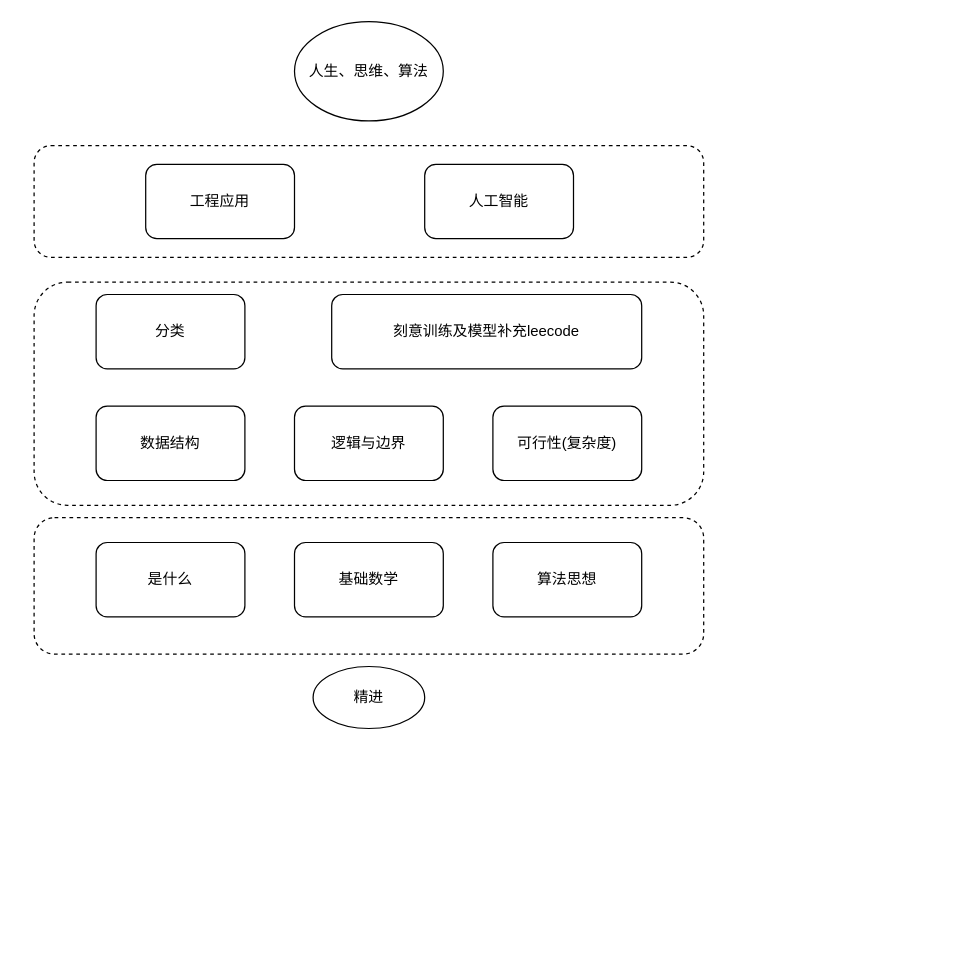
Asamiyaa/microservice-k8s-yun keeps this draw.io diagram as menus/suanfamoxing.drawio. Above is the earlier version. Source tidied: cells renumbered, new cells numbered last; positions are measured from the earlier drawing's top-left corner, leaving out a move shared by most shapes. Both pictures are drawn from the tidied source at 124%, with x=0, y=0 at pixel (33, 21).
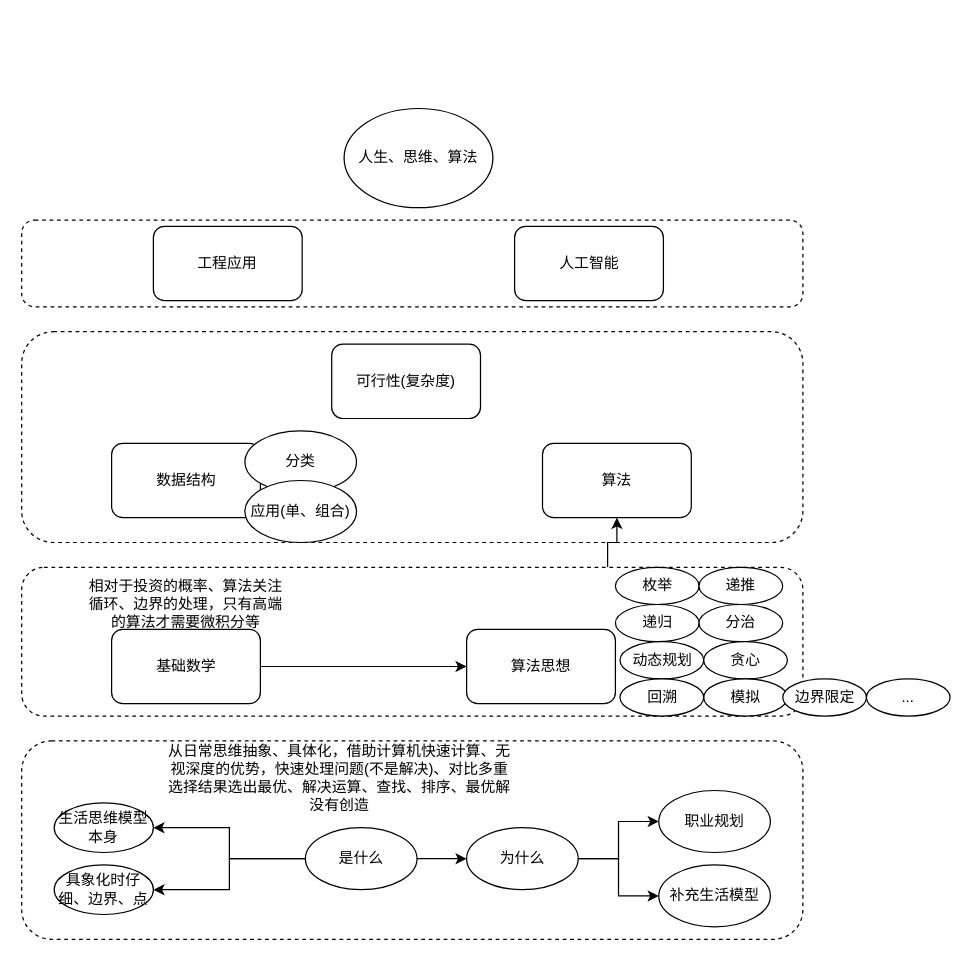
The same page after the edit.

Change to the diagram source:
```diff
@@
+    <mxCell id="17" style="rounded=1;whiteSpace=wrap;html=1;dashed=1;" parent="1" vertex="1">
+      <mxGeometry x="-10" y="580" width="630" height="160" as="geometry" />
+    </mxCell>
     <mxCell id="2" style="rounded=1;whiteSpace=wrap;html=1;dashed=1;" parent="1" vertex="1">
-      <mxGeometry y="100" width="540" height="90" as="geometry" />
+      <mxGeometry x="-10" y="160" width="630" height="70" as="geometry" />
     </mxCell>
     <mxCell id="3" style="rounded=1;whiteSpace=wrap;html=1;dashed=1;" parent="1" vertex="1">
-      <mxGeometry y="210" width="540" height="180" as="geometry" />
+      <mxGeometry x="-10" y="250" width="630" height="170" as="geometry" />
     </mxCell>
+    <mxCell id="18" style="edgeStyle=orthogonalEdgeStyle;rounded=0;jettySize=auto;html=1;exitX=0.75;exitY=0;exitDx=0;exitDy=0;" parent="1" edge="1" source="4" target="42">
+      <mxGeometry relative="1" as="geometry" />
+    </mxCell>
     <mxCell id="4" style="rounded=1;whiteSpace=wrap;html=1;dashed=1;" parent="1" vertex="1">
-      <mxGeometry y="400" width="540" height="110" as="geometry" />
+      <mxGeometry x="-10" y="440" width="630" height="120" as="geometry" />
     </mxCell>
     <mxCell id="5" value="人生、思维、算法" style="ellipse;whiteSpace=wrap;html=1;" parent="1" vertex="1">
-      <mxGeometry x="210" width="120" height="80" as="geometry" />
+      <mxGeometry x="250" y="70" width="120" height="80" as="geometry" />
     </mxCell>
     <mxCell id="6" value="算法思想" style="rounded=1;whiteSpace=wrap;html=1;" parent="1" vertex="1">
-      <mxGeometry x="370" y="420" width="120" height="60" as="geometry" />
+      <mxGeometry x="348.8" y="490" width="120" height="60" as="geometry" />
     </mxCell>
     <mxCell id="7" value="数据结构" style="rounded=1;whiteSpace=wrap;html=1;" parent="1" vertex="1">
-      <mxGeometry x="50" y="310" width="120" height="60" as="geometry" />
+      <mxGeometry x="62.5" y="340" width="120" height="60" as="geometry" />
     </mxCell>
-    <mxCell id="8" value="刻意训练及模型补充leecode" style="rounded=1;whiteSpace=wrap;html=1;" parent="1" vertex="1">
-      <mxGeometry x="240" y="220" width="250" height="60" as="geometry" />
-    </mxCell>
-    <mxCell id="9" value="逻辑与边界" style="rounded=1;whiteSpace=wrap;html=1;" parent="1" vertex="1">
-      <mxGeometry x="210" y="310" width="120" height="60" as="geometry" />
-    </mxCell>
     <mxCell id="10" value="工程应用" style="rounded=1;whiteSpace=wrap;html=1;" parent="1" vertex="1">
-      <mxGeometry x="90" y="115" width="120" height="60" as="geometry" />
+      <mxGeometry x="96.2" y="165" width="120" height="60" as="geometry" />
     </mxCell>
     <mxCell id="11" value="人工智能" style="rounded=1;whiteSpace=wrap;html=1;" parent="1" vertex="1">
-      <mxGeometry x="315" y="115" width="120" height="60" as="geometry" />
+      <mxGeometry x="387.5" y="165" width="120" height="60" as="geometry" />
     </mxCell>
+    <mxCell id="19" style="edgeStyle=orthogonalEdgeStyle;rounded=0;jettySize=auto;html=1;exitX=1;exitY=0.5;exitDx=0;exitDy=0;" parent="1" edge="1" source="12" target="25">
+      <mxGeometry relative="1" as="geometry" />
+    </mxCell>
+    <mxCell id="20" style="edgeStyle=orthogonalEdgeStyle;rounded=0;jettySize=auto;html=1;exitX=0;exitY=0.5;exitDx=0;exitDy=0;entryX=1;entryY=0.5;entryDx=0;entryDy=0;" parent="1" edge="1" source="12" target="29">
+      <mxGeometry relative="1" as="geometry" />
+    </mxCell>
+    <mxCell id="21" style="edgeStyle=orthogonalEdgeStyle;rounded=0;jettySize=auto;html=1;exitX=0;exitY=0.5;exitDx=0;exitDy=0;entryX=1;entryY=0.5;entryDx=0;entryDy=0;" parent="1" edge="1" source="12" target="30">
+      <mxGeometry relative="1" as="geometry" />
+    </mxCell>
-    <mxCell id="12" value="精进" style="ellipse;whiteSpace=wrap;html=1;" parent="1" vertex="1">
-      <mxGeometry x="225" y="520" width="90" height="50" as="geometry" />
+    <mxCell id="12" value="是什么" style="ellipse;whiteSpace=wrap;html=1;" parent="1" vertex="1">
+      <mxGeometry x="218.8" y="650" width="90" height="50" as="geometry" />
     </mxCell>
-    <mxCell id="13" value="是什么" style="rounded=1;whiteSpace=wrap;html=1;" parent="1" vertex="1">
-      <mxGeometry x="50" y="420" width="120" height="60" as="geometry" />
-    </mxCell>
     <mxCell id="14" value="可行性(复杂度)" style="rounded=1;whiteSpace=wrap;html=1;" parent="1" vertex="1">
-      <mxGeometry x="370" y="310" width="120" height="60" as="geometry" />
+      <mxGeometry x="240" y="260" width="120" height="60" as="geometry" />
     </mxCell>
+    <mxCell id="22" style="edgeStyle=orthogonalEdgeStyle;rounded=0;jettySize=auto;html=1;exitX=1;exitY=0.5;exitDx=0;exitDy=0;entryX=0;entryY=0.5;entryDx=0;entryDy=0;" parent="1" edge="1" source="15" target="6">
+      <mxGeometry relative="1" as="geometry" />
+    </mxCell>
     <mxCell id="15" value="基础数学" style="rounded=1;whiteSpace=wrap;html=1;" parent="1" vertex="1">
-      <mxGeometry x="210" y="420" width="120" height="60" as="geometry" />
+      <mxGeometry x="62.5" y="490" width="120" height="60" as="geometry" />
     </mxCell>
+    <mxCell id="23" style="edgeStyle=orthogonalEdgeStyle;rounded=0;jettySize=auto;html=1;exitX=1;exitY=0.5;exitDx=0;exitDy=0;" parent="1" edge="1" source="25" target="26">
+      <mxGeometry relative="1" as="geometry" />
+    </mxCell>
+    <mxCell id="24" style="edgeStyle=orthogonalEdgeStyle;rounded=0;jettySize=auto;html=1;exitX=1;exitY=0.5;exitDx=0;exitDy=0;entryX=0;entryY=0.5;entryDx=0;entryDy=0;" parent="1" edge="1" source="25" target="27">
+      <mxGeometry relative="1" as="geometry" />
+    </mxCell>
+    <mxCell id="25" value="为什么" style="ellipse;whiteSpace=wrap;html=1;" parent="1" vertex="1">
+      <mxGeometry x="348.8" y="650" width="90" height="50" as="geometry" />
+    </mxCell>
+    <mxCell id="26" value="职业规划" style="ellipse;whiteSpace=wrap;html=1;" parent="1" vertex="1">
+      <mxGeometry x="503.8" y="620" width="90" height="50" as="geometry" />
+    </mxCell>
+    <mxCell id="27" value="补充生活模型" style="ellipse;whiteSpace=wrap;html=1;" parent="1" vertex="1">
+      <mxGeometry x="503.8" y="680" width="90" height="50" as="geometry" />
+    </mxCell>
+    <mxCell id="28" value="从日常思维抽象、具体化，借助计算机快速计算、无视深度的优势，快速处理问题(不是解决)、对比多重选择结果选出最优、解决运算、查找、排序、最优解没有创造" style="text;html=1;strokeColor=none;fillColor=none;align=center;verticalAlign=middle;whiteSpace=wrap;rounded=0;" parent="1" vertex="1">
+      <mxGeometry x="105" y="580" width="282.5" height="60" as="geometry" />
+    </mxCell>
+    <mxCell id="29" value="生活思维模型本身" style="ellipse;whiteSpace=wrap;html=1;" parent="1" vertex="1">
+      <mxGeometry x="16.2" y="630" width="80" height="40" as="geometry" />
+    </mxCell>
+    <mxCell id="30" value="具象化时仔细、边界、点" style="ellipse;whiteSpace=wrap;html=1;" parent="1" vertex="1">
+      <mxGeometry x="16.2" y="680" width="80" height="40" as="geometry" />
+    </mxCell>
+    <mxCell id="31" value="相对于投资的概率、算法关注循环、边界的处理，只有高端的算法才需要微积分等" style="text;html=1;strokeColor=none;fillColor=none;align=center;verticalAlign=middle;whiteSpace=wrap;rounded=0;" parent="1" vertex="1">
+      <mxGeometry x="40" y="450" width="165" height="40" as="geometry" />
+    </mxCell>
+    <mxCell id="32" value="枚举" style="ellipse;whiteSpace=wrap;html=1;" parent="1" vertex="1">
+      <mxGeometry x="468.8" y="440" width="67.5" height="30" as="geometry" />
+    </mxCell>
+    <mxCell id="33" value="递推" style="ellipse;whiteSpace=wrap;html=1;" parent="1" vertex="1">
+      <mxGeometry x="536.2" y="440" width="67.5" height="30" as="geometry" />
+    </mxCell>
+    <mxCell id="34" value="递归" style="ellipse;whiteSpace=wrap;html=1;" parent="1" vertex="1">
+      <mxGeometry x="468.8" y="470" width="67.5" height="30" as="geometry" />
+    </mxCell>
+    <mxCell id="35" value="分治" style="ellipse;whiteSpace=wrap;html=1;" parent="1" vertex="1">
+      <mxGeometry x="536.2" y="470" width="67.5" height="30" as="geometry" />
+    </mxCell>
+    <mxCell id="36" value="动态规划" style="ellipse;whiteSpace=wrap;html=1;" parent="1" vertex="1">
+      <mxGeometry x="472.5" y="500" width="67.5" height="30" as="geometry" />
+    </mxCell>
+    <mxCell id="37" value="贪心" style="ellipse;whiteSpace=wrap;html=1;" parent="1" vertex="1">
+      <mxGeometry x="540" y="500" width="67.5" height="30" as="geometry" />
+    </mxCell>
+    <mxCell id="38" value="模拟" style="ellipse;whiteSpace=wrap;html=1;" parent="1" vertex="1">
+      <mxGeometry x="540" y="530" width="67.5" height="30" as="geometry" />
+    </mxCell>
+    <mxCell id="39" value="回溯" style="ellipse;whiteSpace=wrap;html=1;" parent="1" vertex="1">
+      <mxGeometry x="472.5" y="530" width="67.5" height="30" as="geometry" />
+    </mxCell>
+    <mxCell id="40" value="边界限定" style="ellipse;whiteSpace=wrap;html=1;" parent="1" vertex="1">
+      <mxGeometry x="603.8" y="530" width="67.5" height="30" as="geometry" />
+    </mxCell>
+    <mxCell id="41" value="..." style="ellipse;whiteSpace=wrap;html=1;" parent="1" vertex="1">
+      <mxGeometry x="671.2" y="530" width="67.5" height="30" as="geometry" />
+    </mxCell>
+    <mxCell id="42" value="算法" style="rounded=1;whiteSpace=wrap;html=1;" parent="1" vertex="1">
+      <mxGeometry x="410" y="340" width="120" height="60" as="geometry" />
+    </mxCell>
-    <mxCell id="16" value="分类" style="rounded=1;whiteSpace=wrap;html=1;" parent="1" vertex="1">
-      <mxGeometry x="50" y="220" width="120" height="60" as="geometry" />
+    <mxCell id="16" value="分类" style="ellipse;whiteSpace=wrap;html=1;" parent="1" vertex="1">
+      <mxGeometry x="170" y="330" width="90" height="50" as="geometry" />
     </mxCell>
+    <mxCell id="43" value="应用(单、组合)" style="ellipse;whiteSpace=wrap;html=1;" parent="1" vertex="1">
+      <mxGeometry x="170" y="370" width="90" height="50" as="geometry" />
+    </mxCell>
```
